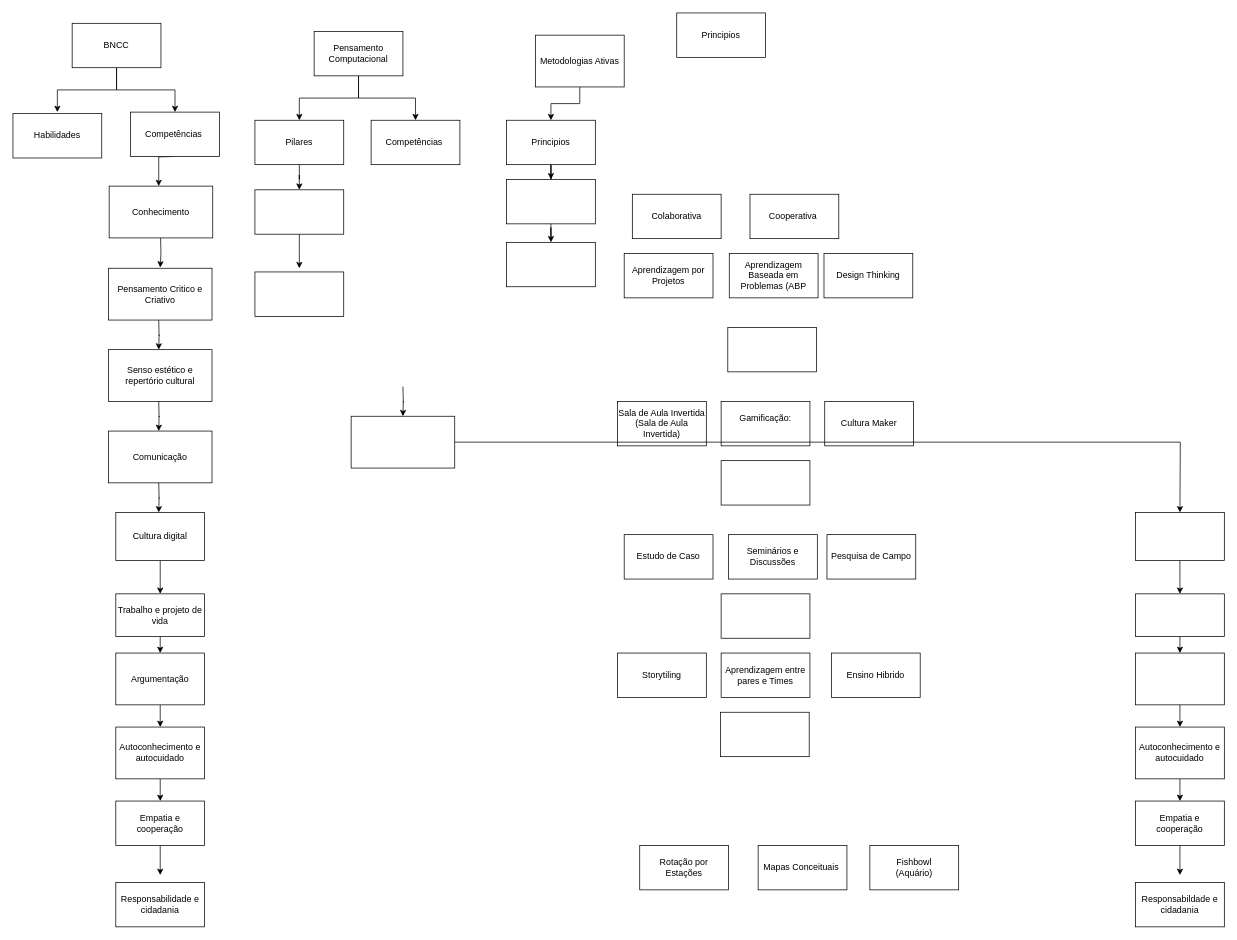
Earlier version of the draw.io diagram page "Página-1" (1 of 2) of Diagrama sem nome.drawio (RosianeSangali/RosianeSangali). Source tidied: cells renumbered, new cells numbered last; positions are measured from the earlier drawing's top-left corner, leaving out a move shared by most shapes. Both pictures are drawn from the tidied source at 74%, with x=0, y=0 at pixel (13, 13).
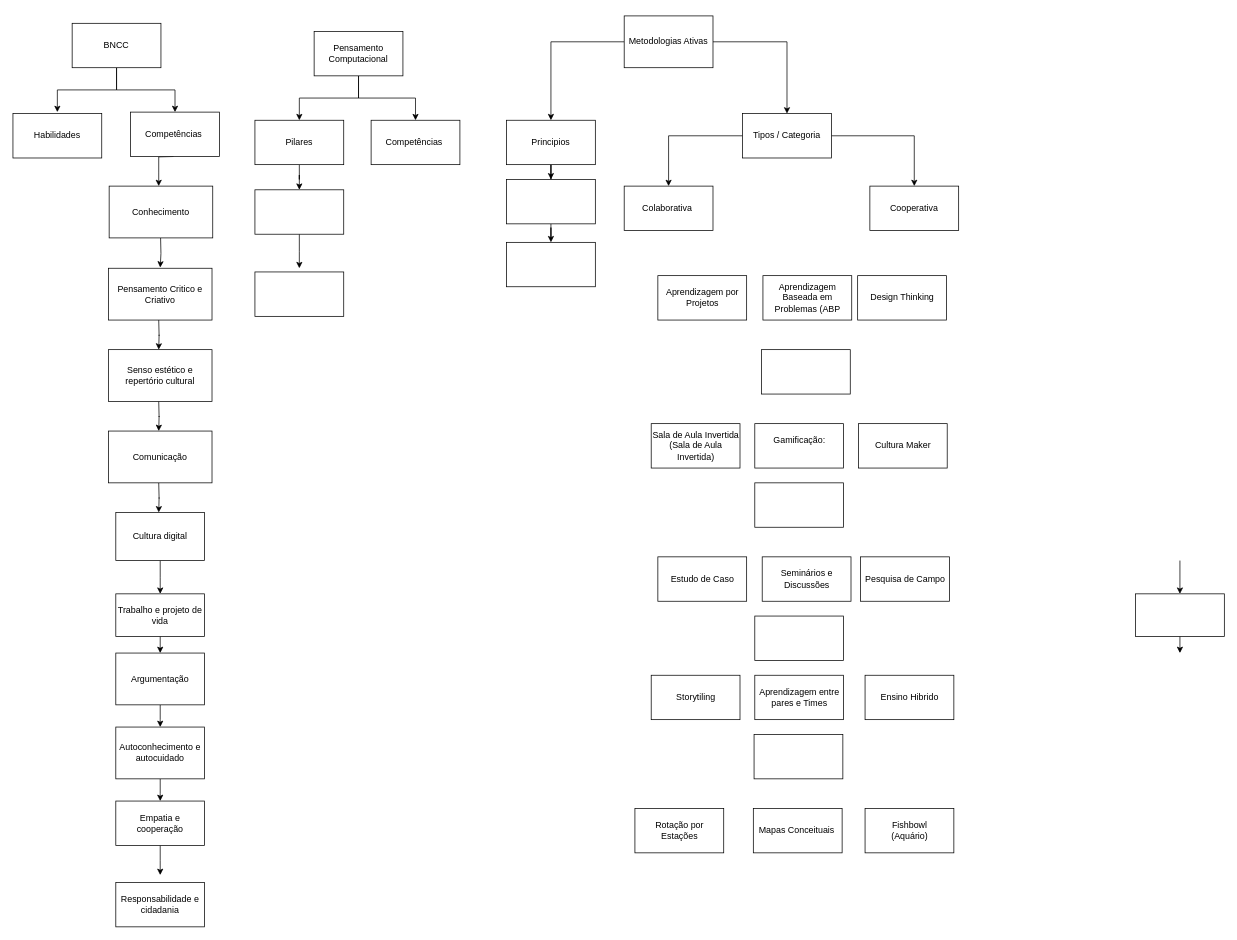
The same diagram, later.

What changed in the source:
```diff
@@
+    <mxCell id="79" style="edgeStyle=orthogonalEdgeStyle;rounded=0;jettySize=auto;html=1;" parent="1" edge="1" source="3" target="82">
+      <mxGeometry relative="1" as="geometry" />
+    </mxCell>
     <mxCell id="3" value="Metodologias Ativas" style="rounded=0;whiteSpace=wrap;html=1;" parent="1" vertex="1">
-      <mxGeometry x="706" y="30" width="120" height="70" as="geometry" />
+      <mxGeometry x="826" y="4" width="120" height="70" as="geometry" />
     </mxCell>
@@
     <mxCell id="7" value="Aprendizagem Baseada em Problemas (ABP" style="rounded=0;whiteSpace=wrap;html=1;" parent="1" vertex="1">
-      <mxGeometry x="968" y="325" width="120" height="60" as="geometry" />
+      <mxGeometry x="1013.5" y="355" width="120" height="60" as="geometry" />
     </mxCell>
     <mxCell id="8" value="Aprendizagem por Projetos" style="rounded=0;whiteSpace=wrap;html=1;" parent="1" vertex="1">
-      <mxGeometry x="826" y="325" width="120" height="60" as="geometry" />
+      <mxGeometry x="871.5" y="355" width="120" height="60" as="geometry" />
     </mxCell>
     <mxCell id="9" value="Sala de Aula Invertida (Sala de Aula Invertida)" style="rounded=0;whiteSpace=wrap;html=1;" parent="1" vertex="1">
-      <mxGeometry x="817" y="525" width="120" height="60" as="geometry" />
+      <mxGeometry x="862.5" y="555" width="120" height="60" as="geometry" />
     </mxCell>
     <mxCell id="10" value="&#10;Gamificação:&#10;&#10;" style="rounded=0;whiteSpace=wrap;html=1;" parent="1" vertex="1">
-      <mxGeometry x="957" y="525" width="120" height="60" as="geometry" />
+      <mxGeometry x="1002.5" y="555" width="120" height="60" as="geometry" />
     </mxCell>
     <mxCell id="11" value="Design Thinking" style="rounded=0;whiteSpace=wrap;html=1;" parent="1" vertex="1">
-      <mxGeometry x="1096" y="325" width="120" height="60" as="geometry" />
+      <mxGeometry x="1141.5" y="355" width="120" height="60" as="geometry" />
     </mxCell>
     <mxCell id="12" value="Cultura Maker" style="rounded=0;whiteSpace=wrap;html=1;" parent="1" vertex="1">
-      <mxGeometry x="1097" y="525" width="120" height="60" as="geometry" />
+      <mxGeometry x="1142.5" y="555" width="120" height="60" as="geometry" />
     </mxCell>
@@
     <mxCell id="16" style="rounded=0;whiteSpace=wrap;html=1;" parent="1" vertex="1">
-      <mxGeometry x="966" y="425" width="120" height="60" as="geometry" />
+      <mxGeometry x="1011.5" y="455" width="120" height="60" as="geometry" />
     </mxCell>
     <mxCell id="17" value="Estudo de Caso" style="rounded=0;whiteSpace=wrap;html=1;" parent="1" vertex="1">
-      <mxGeometry x="826" y="705" width="120" height="60" as="geometry" />
+      <mxGeometry x="871.5" y="735" width="120" height="60" as="geometry" />
     </mxCell>
     <mxCell id="18" style="rounded=0;whiteSpace=wrap;html=1;" parent="1" vertex="1">
-      <mxGeometry x="957" y="605" width="120" height="60" as="geometry" />
+      <mxGeometry x="1002.5" y="635" width="120" height="60" as="geometry" />
     </mxCell>
     <mxCell id="19" value="Seminários e Discussões" style="rounded=0;whiteSpace=wrap;html=1;" parent="1" vertex="1">
-      <mxGeometry x="967" y="705" width="120" height="60" as="geometry" />
+      <mxGeometry x="1012.5" y="735" width="120" height="60" as="geometry" />
     </mxCell>
     <mxCell id="20" value="Pesquisa de Campo" style="rounded=0;whiteSpace=wrap;html=1;" parent="1" vertex="1">
-      <mxGeometry x="1100" y="705" width="120" height="60" as="geometry" />
+      <mxGeometry x="1145.5" y="735" width="120" height="60" as="geometry" />
     </mxCell>
     <mxCell id="21" style="rounded=0;whiteSpace=wrap;html=1;" parent="1" vertex="1">
-      <mxGeometry x="957" y="785" width="120" height="60" as="geometry" />
+      <mxGeometry x="1002.5" y="815" width="120" height="60" as="geometry" />
     </mxCell>
     <mxCell id="22" value="Storytiling" style="rounded=0;whiteSpace=wrap;html=1;" parent="1" vertex="1">
-      <mxGeometry x="817" y="865" width="120" height="60" as="geometry" />
+      <mxGeometry x="862.5" y="895" width="120" height="60" as="geometry" />
     </mxCell>
     <mxCell id="23" value="Aprendizagem entre pares e Times" style="rounded=0;whiteSpace=wrap;html=1;" parent="1" vertex="1">
-      <mxGeometry x="957" y="865" width="120" height="60" as="geometry" />
+      <mxGeometry x="1002.5" y="895" width="120" height="60" as="geometry" />
     </mxCell>
     <mxCell id="24" value="Ensino Hibrido" style="rounded=0;whiteSpace=wrap;html=1;" parent="1" vertex="1">
-      <mxGeometry x="1106" y="865" width="120" height="60" as="geometry" />
+      <mxGeometry x="1151.5" y="895" width="120" height="60" as="geometry" />
     </mxCell>
     <mxCell id="25" style="rounded=0;whiteSpace=wrap;html=1;" parent="1" vertex="1">
-      <mxGeometry x="956" y="945" width="120" height="60" as="geometry" />
+      <mxGeometry x="1001.5" y="975" width="120" height="60" as="geometry" />
     </mxCell>
     <mxCell id="26" value="Rotação por Estações" style="rounded=0;whiteSpace=wrap;html=1;" parent="1" vertex="1">
-      <mxGeometry x="847" y="1125" width="120" height="60" as="geometry" />
+      <mxGeometry x="840.5" y="1075" width="120" height="60" as="geometry" />
     </mxCell>
     <mxCell id="27" value="Mapas Conceituais&amp;nbsp;" style="rounded=0;whiteSpace=wrap;html=1;" parent="1" vertex="1">
-      <mxGeometry x="1007" y="1125" width="120" height="60" as="geometry" />
+      <mxGeometry x="1000.5" y="1075" width="120" height="60" as="geometry" />
     </mxCell>
     <mxCell id="28" value="Fishbowl&lt;div&gt;(Aquário)&lt;/div&gt;" style="rounded=0;whiteSpace=wrap;html=1;" parent="1" vertex="1">
-      <mxGeometry x="1158" y="1125" width="120" height="60" as="geometry" />
+      <mxGeometry x="1151.5" y="1075" width="120" height="60" as="geometry" />
     </mxCell>
-    <mxCell id="29" style="edgeStyle=orthogonalEdgeStyle;rounded=0;orthogonalLoop=1;jettySize=auto;html=1;" parent="1" edge="1">
-      <mxGeometry relative="1" as="geometry">
-        <mxPoint x="527" y="505" as="sourcePoint" />
-        <mxPoint x="527" y="545" as="targetPoint" />
-      </mxGeometry>
-    </mxCell>
-    <mxCell id="30" style="edgeStyle=orthogonalEdgeStyle;rounded=0;jettySize=auto;html=1;" parent="1" edge="1" source="31">
-      <mxGeometry relative="1" as="geometry">
-        <mxPoint x="1577" y="675" as="targetPoint" />
-      </mxGeometry>
-    </mxCell>
-    <mxCell id="31" value="&lt;p class=&quot;MsoNormal&quot;&gt;&lt;br&gt;&lt;/p&gt;" style="rounded=0;whiteSpace=wrap;html=1;" parent="1" vertex="1">
-      <mxGeometry x="457" y="545" width="140" height="70" as="geometry" />
-    </mxCell>
-    <mxCell id="32" style="edgeStyle=orthogonalEdgeStyle;rounded=0;jettySize=auto;html=1;" parent="1" edge="1" source="33">
+    <mxCell id="32" style="edgeStyle=orthogonalEdgeStyle;rounded=0;orthogonalLoop=1;jettySize=auto;html=1;" parent="1" edge="1">
       <mxGeometry relative="1" as="geometry">
+        <mxPoint x="1577" y="740" as="sourcePoint" />
         <mxPoint x="1577" y="785" as="targetPoint" />
       </mxGeometry>
     </mxCell>
-    <mxCell id="33" value="&lt;p class=&quot;MsoNormal&quot;&gt;&lt;br&gt;&lt;/p&gt;" style="whiteSpace=wrap;html=1;rounded=0;" parent="1" vertex="1">
-      <mxGeometry x="1517" y="675" width="120" height="65" as="geometry" />
-    </mxCell>
@@
-    <mxCell id="36" style="edgeStyle=orthogonalEdgeStyle;rounded=0;jettySize=auto;html=1;" parent="1" edge="1" source="37">
-      <mxGeometry relative="1" as="geometry">
-        <mxPoint x="1577" y="965" as="targetPoint" />
-      </mxGeometry>
-    </mxCell>
-    <mxCell id="37" value="&lt;p class=&quot;MsoNormal&quot;&gt;&lt;br&gt;&lt;/p&gt;" style="whiteSpace=wrap;html=1;rounded=0;" parent="1" vertex="1">
-      <mxGeometry x="1517" y="865" width="120" height="70" as="geometry" />
-    </mxCell>
-    <mxCell id="38" style="edgeStyle=orthogonalEdgeStyle;rounded=0;jettySize=auto;html=1;" parent="1" edge="1" source="39">
-      <mxGeometry relative="1" as="geometry">
-        <mxPoint x="1577" y="1065" as="targetPoint" />
-      </mxGeometry>
-    </mxCell>
-    <mxCell id="39" value="&lt;p class=&quot;MsoNormal&quot;&gt;Autoconhecimento e autocuidado&lt;/p&gt;" style="whiteSpace=wrap;html=1;rounded=0;" parent="1" vertex="1">
-      <mxGeometry x="1517" y="965" width="120" height="70" as="geometry" />
-    </mxCell>
-    <mxCell id="40" style="edgeStyle=orthogonalEdgeStyle;rounded=0;jettySize=auto;html=1;" parent="1" edge="1" source="41">
-      <mxGeometry relative="1" as="geometry">
-        <mxPoint x="1577" y="1165" as="targetPoint" />
-      </mxGeometry>
-    </mxCell>
-    <mxCell id="41" value="&lt;p class=&quot;MsoNormal&quot;&gt;Empatia e cooperação&lt;/p&gt;" style="whiteSpace=wrap;html=1;rounded=0;" parent="1" vertex="1">
-      <mxGeometry x="1517" y="1065" width="120" height="60" as="geometry" />
-    </mxCell>
-    <mxCell id="42" value="&lt;p class=&quot;MsoNormal&quot;&gt;Responsabildade e cidadania&lt;/p&gt;" style="whiteSpace=wrap;html=1;rounded=0;" parent="1" vertex="1">
-      <mxGeometry x="1517" y="1175" width="120" height="60" as="geometry" />
-    </mxCell>
-    <mxCell id="43" value="Colaborativa" style="whiteSpace=wrap;html=1;rounded=0;" parent="1" vertex="1">
-      <mxGeometry x="837" y="245" width="120" height="60" as="geometry" />
-    </mxCell>
-    <mxCell id="44" value="Cooperativa&amp;nbsp;" style="whiteSpace=wrap;html=1;rounded=0;" parent="1" vertex="1">
-      <mxGeometry x="996" y="245" width="120" height="60" as="geometry" />
-    </mxCell>
@@
-    <mxCell id="48" value="Principios" style="whiteSpace=wrap;html=1;rounded=0;" parent="1" vertex="1">
-      <mxGeometry x="897" width="120" height="60" as="geometry" />
-    </mxCell>
@@
+    <mxCell id="80" style="edgeStyle=orthogonalEdgeStyle;rounded=0;jettySize=auto;html=1;" parent="1" edge="1" source="82" target="44">
+      <mxGeometry relative="1" as="geometry" />
+    </mxCell>
+    <mxCell id="81" style="edgeStyle=orthogonalEdgeStyle;rounded=0;jettySize=auto;html=1;" parent="1" edge="1" source="82" target="43">
+      <mxGeometry relative="1" as="geometry" />
+    </mxCell>
+    <mxCell id="82" value="Tipos / Categoria" style="whiteSpace=wrap;html=1;rounded=0;" parent="1" vertex="1">
+      <mxGeometry x="986" y="136" width="120" height="60" as="geometry" />
+    </mxCell>
+    <mxCell id="44" value="Cooperativa" style="whiteSpace=wrap;html=1;rounded=0;" parent="1" vertex="1">
+      <mxGeometry x="1158" y="234" width="120" height="60" as="geometry" />
+    </mxCell>
+    <mxCell id="43" value="Colaborativa&amp;nbsp;" style="whiteSpace=wrap;html=1;rounded=0;" parent="1" vertex="1">
+      <mxGeometry x="826" y="234" width="120" height="60" as="geometry" />
+    </mxCell>
```
